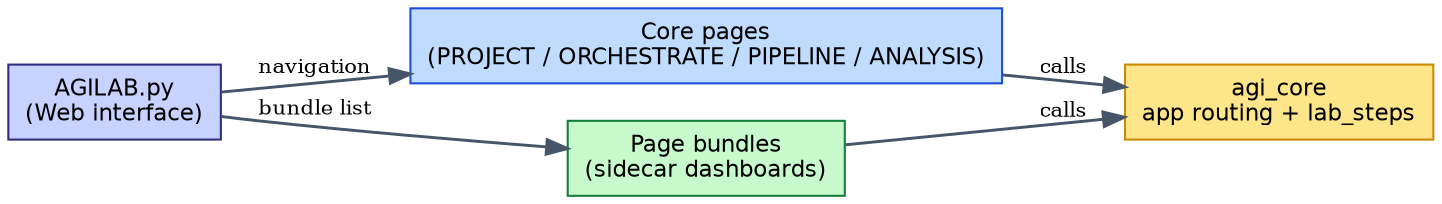
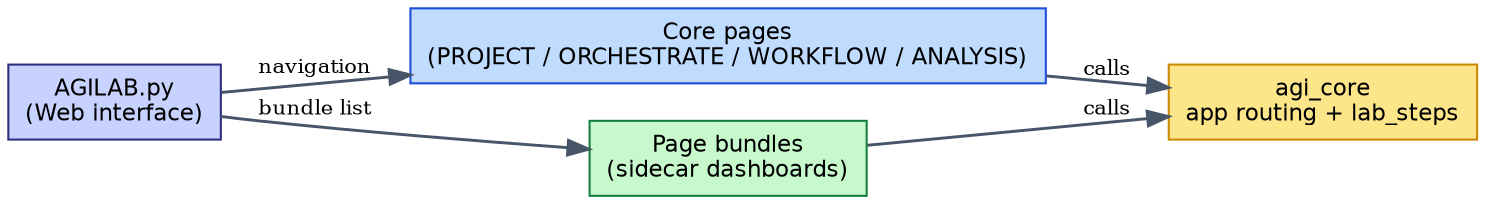
digraph AgilabPages {
  rankdir=LR;
  node [shape=box, style=filled, color="#0f172a", fillcolor="#e2e8f0", fontname="Helvetica", fontsize=11];
  edge [color="#475569", penwidth=1.4];

  AGILAB [label="AGILAB.py\n(Web interface)", fillcolor="#c7d2fe", color="#312e81"];
-   PagesCore [label="Core pages\n(PROJECT / ORCHESTRATE / PIPELINE / ANALYSIS)", fillcolor="#bfdbfe", color="#1d4ed8"];
+   PagesCore [label="Core pages\n(PROJECT / ORCHESTRATE / WORKFLOW / ANALYSIS)", fillcolor="#bfdbfe", color="#1d4ed8"];
  AppsPages [label="Page bundles\n(sidecar dashboards)", fillcolor="#c7f9cc", color="#15803d"];
  AgiCore [label="agi_core\napp routing + lab_steps", fillcolor="#fde68a", color="#ca8a04"];

  AGILAB -> PagesCore [label="navigation", fontsize=10];
  AGILAB -> AppsPages [label="bundle list", fontsize=10];
  PagesCore -> AgiCore [label="calls", fontsize=10];
  AppsPages -> AgiCore [label="calls", fontsize=10];
}
